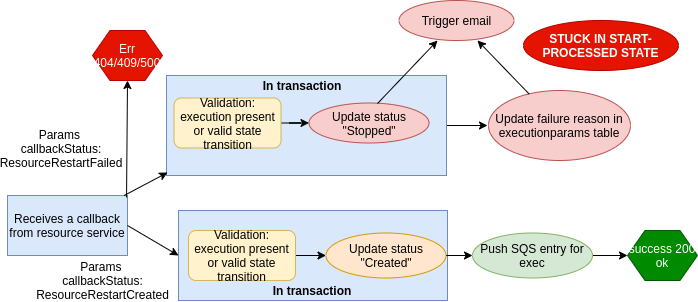
Before: restart_from_resource_service.png, a diagram exported from draw.io (prodipta/blueshift-resouce). Source tidied: cells renumbered, new cells last; positions are measured from the earlier drawing's top-left corner, leaving out a move shared by most shapes.
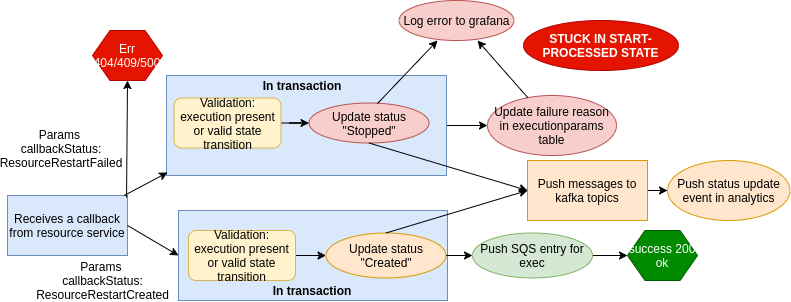
The same diagram one commit later.

Change to the diagram source:
```diff
@@ -67,7 +67,7 @@
       <mxGeometry x="266" y="280" width="90" height="20" as="geometry" />
     </mxCell>
     <mxCell id="22" value="Update failure reason in executionparams table" style="ellipse;whiteSpace=wrap;html=1;fillColor=#f8cecc;strokeColor=#b85450;" parent="1" vertex="1">
-      <mxGeometry x="487" y="90" width="142" height="70" as="geometry" />
+      <mxGeometry x="486" y="95" width="129" height="60" as="geometry" />
     </mxCell>
     <mxCell id="23" style="endArrow=classic;html=1;" parent="1" edge="1" source="22">
       <mxGeometry relative="1" as="geometry">
@@ -79,7 +79,7 @@
         <mxPoint x="436" y="40" as="targetPoint" />
       </mxGeometry>
     </mxCell>
-    <mxCell id="25" value="Trigger email" style="ellipse;whiteSpace=wrap;html=1;fillColor=#f8cecc;strokeColor=#b85450;" parent="1" vertex="1">
+    <mxCell id="25" value="Log error to grafana" style="ellipse;whiteSpace=wrap;html=1;fillColor=#f8cecc;strokeColor=#b85450;" parent="1" vertex="1">
       <mxGeometry x="397.5" width="115" height="40" as="geometry" />
     </mxCell>
     <mxCell id="26" value="success 200 ok" style="shape=hexagon;perimeter=hexagonPerimeter2;whiteSpace=wrap;html=1;fillColor=#008a00;strokeColor=#005700;fontColor=#ffffff;" parent="1" vertex="1">
@@ -93,5 +93,20 @@
     <mxCell id="28" value="Err 404/409/500" style="shape=hexagon;perimeter=hexagonPerimeter2;whiteSpace=wrap;html=1;fillColor=#e51400;strokeColor=#B20000;fontColor=#ffffff;" parent="1" vertex="1">
       <mxGeometry x="91" y="30" width="70" height="50" as="geometry" />
     </mxCell>
+    <mxCell id="29" style="edgeStyle=orthogonalEdgeStyle;rounded=0;jettySize=auto;html=1;" parent="1" edge="1" source="30" target="31">
+      <mxGeometry relative="1" as="geometry" />
+    </mxCell>
+    <mxCell id="30" value="Push messages to kafka topics" style="whiteSpace=wrap;html=1;strokeColor=#d79b00;fillColor=#ffe6cc;" parent="1" vertex="1">
+      <mxGeometry x="526" y="160" width="120" height="60" as="geometry" />
+    </mxCell>
+    <mxCell id="31" value="Push status update event in analytics" style="ellipse;whiteSpace=wrap;html=1;strokeColor=#d79b00;fillColor=#ffe6cc;" parent="1" vertex="1">
+      <mxGeometry x="666" y="160" width="122.5" height="60" as="geometry" />
+    </mxCell>
+    <mxCell id="32" style="endArrow=classic;html=1;rounded=0;exitX=0.5;exitY=1;exitDx=0;exitDy=0;entryX=0;entryY=0.5;entryDx=0;entryDy=0;" parent="1" edge="1" source="8" target="30">
+      <mxGeometry relative="1" as="geometry" />
+    </mxCell>
+    <mxCell id="33" style="endArrow=classic;html=1;rounded=0;exitX=0.5;exitY=0;exitDx=0;exitDy=0;entryX=0;entryY=0.5;entryDx=0;entryDy=0;" parent="1" edge="1" source="16" target="30">
+      <mxGeometry relative="1" as="geometry" />
+    </mxCell>
   </root>
 </mxGraphModel>
```
